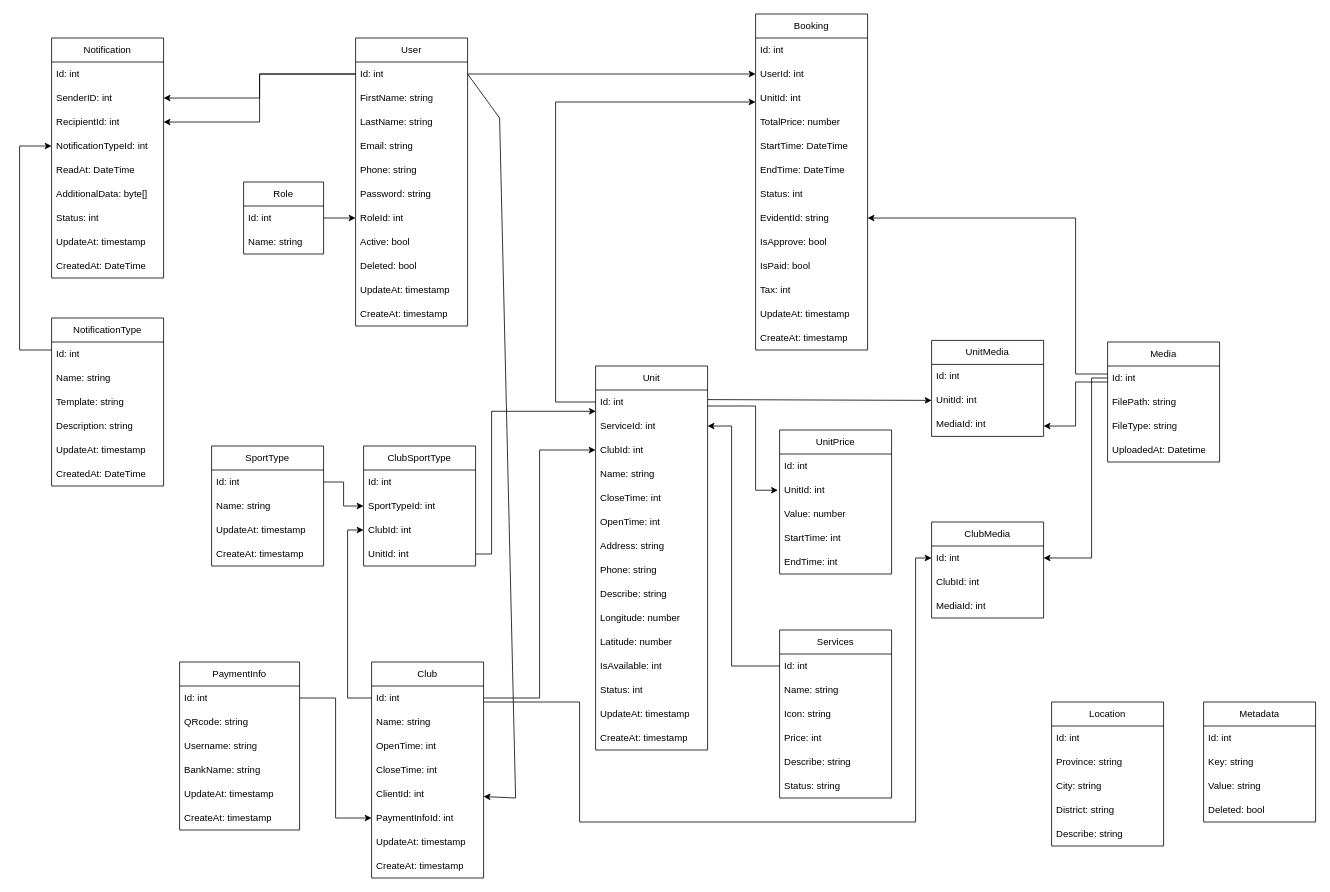
This is page "database" (2 of 2) of docs/SportsFieldBooking.drawio from LoanTTM232/LoanTTM232, a draw.io file, before an edit. Source tidied: cells renumbered, new cells numbered last; positions are measured from the earlier drawing's top-left corner, leaving out a move shared by most shapes. Both pictures are drawn from the tidied source at 80%, with x=0, y=0 at pixel (19, 14).
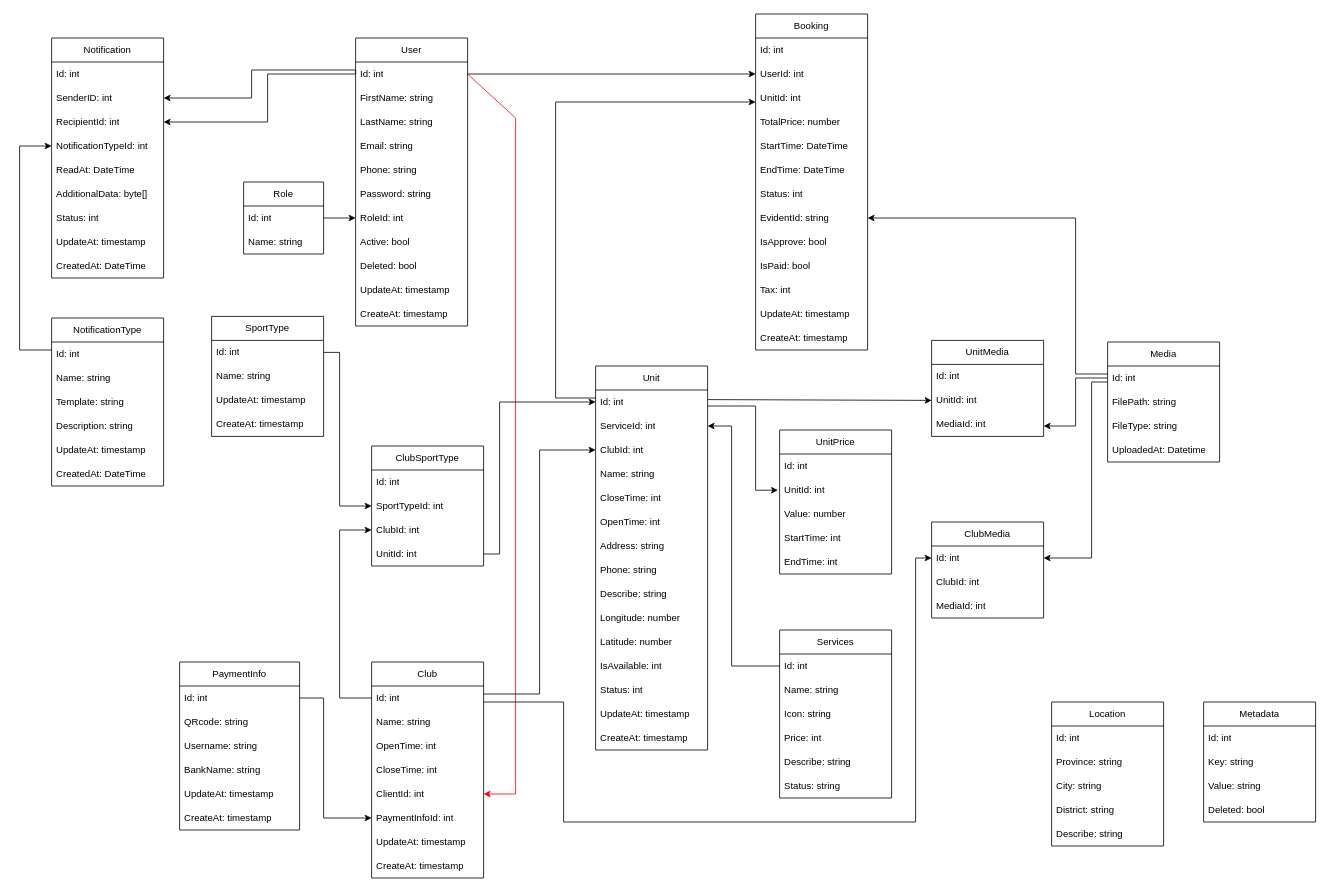
After the change.

Unchanged cells that the change refers to:
```xml
<mxCell id="6" value="Id: int" style="text;strokeColor=none;fillColor=none;align=left;verticalAlign=middle;spacingLeft=4;spacingRight=4;overflow=hidden;points=[[0,0.5],[1,0.5]];portConstraint=eastwest;whiteSpace=wrap;html=1;" parent="5" vertex="1">
  <mxGeometry y="30" width="140" height="30" as="geometry" />
</mxCell>
<mxCell id="18" value="Id: int" style="text;strokeColor=none;fillColor=none;align=left;verticalAlign=middle;spacingLeft=4;spacingRight=4;overflow=hidden;points=[[0,0.5],[1,0.5]];portConstraint=eastwest;whiteSpace=wrap;html=1;" parent="17" vertex="1">
  <mxGeometry y="30" width="140" height="30" as="geometry" />
</mxCell>
<mxCell id="20" value="ClubId: int" style="text;strokeColor=none;fillColor=none;align=left;verticalAlign=middle;spacingLeft=4;spacingRight=4;overflow=hidden;points=[[0,0.5],[1,0.5]];portConstraint=eastwest;whiteSpace=wrap;html=1;" parent="17" vertex="1">
  <mxGeometry y="90" width="140" height="30" as="geometry" />
</mxCell>
<mxCell id="43" value="UnitId: int" style="text;strokeColor=none;fillColor=none;align=left;verticalAlign=middle;spacingLeft=4;spacingRight=4;overflow=hidden;points=[[0,0.5],[1,0.5]];portConstraint=eastwest;whiteSpace=wrap;html=1;" parent="40" vertex="1">
  <mxGeometry y="90" width="140" height="30" as="geometry" />
</mxCell>
<mxCell id="55" value="Id: int" style="text;strokeColor=none;fillColor=none;align=left;verticalAlign=middle;spacingLeft=4;spacingRight=4;overflow=hidden;points=[[0,0.5],[1,0.5]];portConstraint=eastwest;whiteSpace=wrap;html=1;" parent="54" vertex="1">
  <mxGeometry y="30" width="150" height="30" as="geometry" />
</mxCell>
<mxCell id="63" value="SenderID: int" style="text;strokeColor=none;fillColor=none;align=left;verticalAlign=middle;spacingLeft=4;spacingRight=4;overflow=hidden;points=[[0,0.5],[1,0.5]];portConstraint=eastwest;whiteSpace=wrap;html=1;" parent="61" vertex="1">
  <mxGeometry y="60" width="140" height="30" as="geometry" />
</mxCell>
<mxCell id="64" value="RecipientId: int" style="text;strokeColor=none;fillColor=none;align=left;verticalAlign=middle;spacingLeft=4;spacingRight=4;overflow=hidden;points=[[0,0.5],[1,0.5]];portConstraint=eastwest;whiteSpace=wrap;html=1;" parent="61" vertex="1">
  <mxGeometry y="90" width="140" height="30" as="geometry" />
</mxCell>
<mxCell id="74" value="MediaId: int" style="text;strokeColor=none;fillColor=none;align=left;verticalAlign=middle;spacingLeft=4;spacingRight=4;overflow=hidden;points=[[0,0.5],[1,0.5]];portConstraint=eastwest;whiteSpace=wrap;html=1;" parent="71" vertex="1">
  <mxGeometry y="90" width="140" height="30" as="geometry" />
</mxCell>
<mxCell id="78" value="Id: int" style="text;strokeColor=none;fillColor=none;align=left;verticalAlign=middle;spacingLeft=4;spacingRight=4;overflow=hidden;points=[[0,0.5],[1,0.5]];portConstraint=eastwest;whiteSpace=wrap;html=1;" parent="77" vertex="1">
  <mxGeometry y="30" width="140" height="30" as="geometry" />
</mxCell>
<mxCell id="102" value="Id: int" style="text;strokeColor=none;fillColor=none;align=left;verticalAlign=middle;spacingLeft=4;spacingRight=4;overflow=hidden;points=[[0,0.5],[1,0.5]];portConstraint=eastwest;whiteSpace=wrap;html=1;" parent="101" vertex="1">
  <mxGeometry y="30" width="140" height="30" as="geometry" />
</mxCell>
<mxCell id="110" value="Id: int" style="text;strokeColor=none;fillColor=none;align=left;verticalAlign=middle;spacingLeft=4;spacingRight=4;overflow=hidden;points=[[0,0.5],[1,0.5]];portConstraint=eastwest;whiteSpace=wrap;html=1;" parent="109" vertex="1">
  <mxGeometry y="30" width="140" height="30" as="geometry" />
</mxCell>
<mxCell id="114" value="ClientId: int" style="text;strokeColor=none;fillColor=none;align=left;verticalAlign=middle;spacingLeft=4;spacingRight=4;overflow=hidden;points=[[0,0.5],[1,0.5]];portConstraint=eastwest;whiteSpace=wrap;html=1;" parent="109" vertex="1">
  <mxGeometry y="150" width="140" height="30" as="geometry" />
</mxCell>
<mxCell id="115" value="PaymentInfoId: int" style="text;strokeColor=none;fillColor=none;align=left;verticalAlign=middle;spacingLeft=4;spacingRight=4;overflow=hidden;points=[[0,0.5],[1,0.5]];portConstraint=eastwest;whiteSpace=wrap;html=1;" parent="109" vertex="1">
  <mxGeometry y="180" width="140" height="30" as="geometry" />
</mxCell>
<mxCell id="122" value="Id: int" style="text;strokeColor=none;fillColor=none;align=left;verticalAlign=middle;spacingLeft=4;spacingRight=4;overflow=hidden;points=[[0,0.5],[1,0.5]];portConstraint=eastwest;whiteSpace=wrap;html=1;" parent="121" vertex="1">
  <mxGeometry y="30" width="140" height="30" as="geometry" />
</mxCell>
<mxCell id="129" value="SportTypeId: int" style="text;strokeColor=none;fillColor=none;align=left;verticalAlign=middle;spacingLeft=4;spacingRight=4;overflow=hidden;points=[[0,0.5],[1,0.5]];portConstraint=eastwest;whiteSpace=wrap;html=1;" parent="127" vertex="1">
  <mxGeometry y="60" width="140" height="30" as="geometry" />
</mxCell>
<mxCell id="130" value="ClubId: int" style="text;strokeColor=none;fillColor=none;align=left;verticalAlign=middle;spacingLeft=4;spacingRight=4;overflow=hidden;points=[[0,0.5],[1,0.5]];portConstraint=eastwest;whiteSpace=wrap;html=1;" parent="127" vertex="1">
  <mxGeometry y="90" width="140" height="30" as="geometry" />
</mxCell>
<mxCell id="131" value="UnitId: int" style="text;strokeColor=none;fillColor=none;align=left;verticalAlign=middle;spacingLeft=4;spacingRight=4;overflow=hidden;points=[[0,0.5],[1,0.5]];portConstraint=eastwest;whiteSpace=wrap;html=1;" parent="127" vertex="1">
  <mxGeometry y="120" width="140" height="30" as="geometry" />
</mxCell>
```

The edit, as a diff of the source:
```diff
@@
-    <mxCell id="75" style="endArrow=classic;html=1;rounded=0;exitX=1;exitY=0.5;exitDx=0;exitDy=0;" parent="1" edge="1" source="6" target="114">
+    <mxCell id="75" style="endArrow=classic;html=1;rounded=0;exitX=1;exitY=0.5;exitDx=0;exitDy=0;strokeColor=#FF0000;" parent="1" edge="1" source="6" target="114">
       <mxGeometry relative="1" as="geometry">
         <Array as="points">
-          <mxPoint x="600" y="130" />
-          <mxPoint x="620" y="980" />
+          <mxPoint x="620" y="130" />
+          <mxPoint x="620" y="975" />
         </Array>
       </mxGeometry>
     </mxCell>
@@
     <mxCell id="77" value="SportType" style="swimlane;fontStyle=0;horizontal=1;startSize=30;whiteSpace=wrap;html=1;" parent="1" vertex="1">
-      <mxGeometry x="240" y="540" width="140" height="150" as="geometry" />
+      <mxGeometry x="240" y="378" width="140" height="150" as="geometry" />
     </mxCell>
@@
     <mxCell id="83" style="edgeStyle=orthogonalEdgeStyle;rounded=0;jettySize=auto;html=1;" parent="1" edge="1" source="18" target="43">
       <mxGeometry relative="1" as="geometry">
         <Array as="points">
-          <mxPoint x="670" y="485" />
+          <mxPoint x="670" y="480" />
           <mxPoint x="670" y="110" />
         </Array>
       </mxGeometry>
     </mxCell>
     <mxCell id="84" style="edgeStyle=orthogonalEdgeStyle;rounded=0;jettySize=auto;html=1;exitX=0;exitY=0.5;exitDx=0;exitDy=0;entryX=1;entryY=0.5;entryDx=0;entryDy=0;" parent="1" edge="1" source="6" target="63">
-      <mxGeometry relative="1" as="geometry" />
+      <mxGeometry relative="1" as="geometry">
+        <Array as="points">
+          <mxPoint x="420" y="70" />
+          <mxPoint x="290" y="70" />
+          <mxPoint x="290" y="105" />
+        </Array>
+      </mxGeometry>
     </mxCell>
     <mxCell id="85" style="edgeStyle=orthogonalEdgeStyle;rounded=0;jettySize=auto;html=1;entryX=1;entryY=0.5;entryDx=0;entryDy=0;" parent="1" edge="1" source="6" target="64">
-      <mxGeometry relative="1" as="geometry" />
+      <mxGeometry relative="1" as="geometry">
+        <Array as="points">
+          <mxPoint x="310" y="75" />
+          <mxPoint x="310" y="135" />
+        </Array>
+      </mxGeometry>
     </mxCell>
@@
     <mxCell id="107" style="edgeStyle=orthogonalEdgeStyle;rounded=0;jettySize=auto;html=1;" parent="1" edge="1" source="102" target="74">
       <mxGeometry relative="1" as="geometry">
         <Array as="points">
-          <mxPoint x="1320" y="460" />
+          <mxPoint x="1320" y="455" />
           <mxPoint x="1320" y="515" />
         </Array>
       </mxGeometry>
     </mxCell>
@@
     <mxCell id="118" style="edgeStyle=orthogonalEdgeStyle;rounded=0;jettySize=auto;html=1;" parent="1" edge="1" source="110" target="20">
-      <mxGeometry relative="1" as="geometry" />
+      <mxGeometry relative="1" as="geometry">
+        <Array as="points">
+          <mxPoint x="650" y="850" />
+          <mxPoint x="650" y="545" />
+        </Array>
+      </mxGeometry>
     </mxCell>
@@
     <mxCell id="120" style="edgeStyle=orthogonalEdgeStyle;rounded=0;jettySize=auto;html=1;" parent="1" edge="1" source="55" target="115">
-      <mxGeometry relative="1" as="geometry" />
+      <mxGeometry relative="1" as="geometry">
+        <Array as="points">
+          <mxPoint x="380" y="855" />
+          <mxPoint x="380" y="1005" />
+        </Array>
+      </mxGeometry>
     </mxCell>
@@
     <mxCell id="125" style="edgeStyle=orthogonalEdgeStyle;rounded=0;jettySize=auto;html=1;entryX=0;entryY=0.5;entryDx=0;entryDy=0;" parent="1" edge="1" source="110" target="122">
       <mxGeometry relative="1" as="geometry">
         <Array as="points">
-          <mxPoint x="700" y="860" />
-          <mxPoint x="700" y="1010" />
+          <mxPoint x="680" y="860" />
+          <mxPoint x="680" y="1010" />
           <mxPoint x="1120" y="1010" />
           <mxPoint x="1120" y="680" />
         </Array>
       </mxGeometry>
     </mxCell>
     <mxCell id="126" style="edgeStyle=orthogonalEdgeStyle;rounded=0;jettySize=auto;html=1;" parent="1" edge="1" source="102" target="122">
       <mxGeometry relative="1" as="geometry">
         <Array as="points">
-          <mxPoint x="1340" y="455" />
+          <mxPoint x="1340" y="460" />
           <mxPoint x="1340" y="680" />
         </Array>
       </mxGeometry>
     </mxCell>
     <mxCell id="127" value="ClubSportType" style="swimlane;fontStyle=0;horizontal=1;startSize=30;whiteSpace=wrap;html=1;" parent="1" vertex="1">
-      <mxGeometry x="430" y="540" width="140" height="150" as="geometry" />
+      <mxGeometry x="440" y="540" width="140" height="150" as="geometry" />
     </mxCell>
@@
     <mxCell id="132" style="edgeStyle=orthogonalEdgeStyle;rounded=0;jettySize=auto;html=1;" parent="1" edge="1" source="78" target="129">
-      <mxGeometry relative="1" as="geometry" />
+      <mxGeometry relative="1" as="geometry">
+        <Array as="points">
+          <mxPoint x="400" y="423" />
+          <mxPoint x="400" y="615" />
+        </Array>
+      </mxGeometry>
     </mxCell>
     <mxCell id="133" style="edgeStyle=orthogonalEdgeStyle;rounded=0;jettySize=auto;html=1;entryX=0;entryY=0.5;entryDx=0;entryDy=0;" parent="1" edge="1" source="110" target="130">
-      <mxGeometry relative="1" as="geometry" />
+      <mxGeometry relative="1" as="geometry">
+        <Array as="points">
+          <mxPoint x="400" y="855" />
+          <mxPoint x="400" y="645" />
+        </Array>
+      </mxGeometry>
     </mxCell>
-    <mxCell id="134" style="edgeStyle=orthogonalEdgeStyle;rounded=0;jettySize=auto;html=1;entryX=0.002;entryY=0.888;entryDx=0;entryDy=0;entryPerimeter=0;" parent="1" edge="1" source="131" target="18">
+    <mxCell id="134" style="edgeStyle=orthogonalEdgeStyle;rounded=0;jettySize=auto;html=1;entryX=0;entryY=0.5;entryDx=0;entryDy=0;" parent="1" edge="1" source="131" target="18">
       <mxGeometry relative="1" as="geometry">
         <Array as="points">
-          <mxPoint x="590" y="675" />
-          <mxPoint x="590" y="497" />
+          <mxPoint x="600" y="675" />
+          <mxPoint x="600" y="485" />
         </Array>
       </mxGeometry>
     </mxCell>
```
